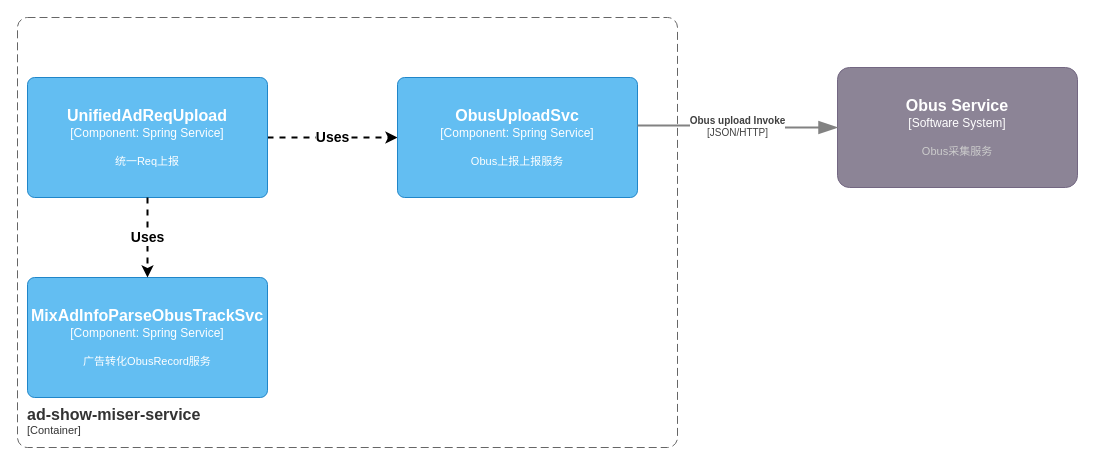
This is page "Mixer统一ObusTracker" (2 of 9) of universal-engine/universal-transparent.drawio from karlchan-cn/drawio-repository, a draw.io file, before an edit. Source tidied: cells renumbered, new cells numbered last; positions are measured from the earlier drawing's top-left corner, leaving out a move shared by most shapes. Both pictures are drawn from the tidied source at 100%, with x=0, y=0 at pixel (17, 17).
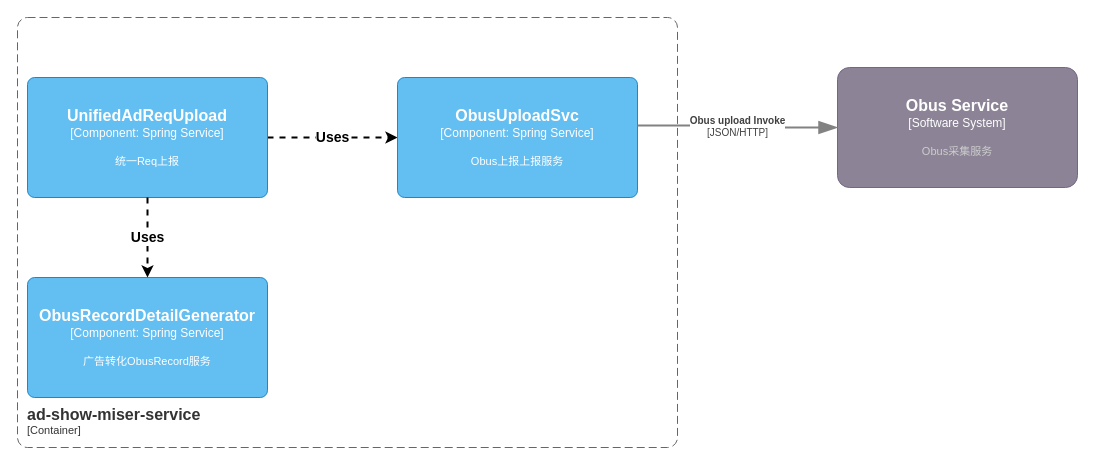
The same page after the edit.

Diff of the diagram source:
```diff
@@
 <mxGraphModel>
   <root>
     <mxCell id="0" />
     <mxCell id="1" parent="0" />
     <object id="2" label="&lt;font style=&quot;font-size: 16px&quot;&gt;&lt;b&gt;&lt;div style=&quot;text-align: left&quot;&gt;%c4Name%&lt;/div&gt;&lt;/b&gt;&lt;/font&gt;&lt;div style=&quot;text-align: left&quot;&gt;[%c4Application%]&lt;/div&gt;" c4Application="Container" c4Name="ad-show-miser-service" placeholders="1">
       <mxCell style="rounded=1;fontSize=11;whiteSpace=wrap;html=1;dashed=1;arcSize=20;fillColor=none;strokeColor=#666666;fontColor=#333333;labelBackgroundColor=none;align=left;verticalAlign=bottom;labelBorderColor=none;spacingTop=0;spacing=10;dashPattern=8 4;perimeter=rectanglePerimeter;noLabel=0;labelPadding=0;absoluteArcSize=1;" parent="1" vertex="1">
         <mxGeometry width="660" height="430" as="geometry" />
       </mxCell>
     </object>
     <mxCell id="3" value="Uses" style="edgeStyle=orthogonalEdgeStyle;rounded=0;jettySize=auto;html=1;strokeWidth=2;dashed=1;fontSize=14;fontStyle=1;exitX=1;exitY=0.5;exitDx=0;exitDy=0;exitPerimeter=0;entryX=0;entryY=0.5;entryDx=0;entryDy=0;entryPerimeter=0;" parent="1" edge="1" source="4" target="6">
       <mxGeometry relative="1" as="geometry">
         <Array as="points">
           <mxPoint x="250" y="120" />
         </Array>
       </mxGeometry>
     </mxCell>
     <object id="4" label="&lt;font style=&quot;font-size: 16px&quot;&gt;&lt;b&gt;%c4Name%&lt;/b&gt;&lt;/font&gt;&lt;div&gt;[%c4Type%: %c4Technology%]&lt;/div&gt;&lt;br&gt;&lt;div&gt;&lt;font style=&quot;font-size: 11px&quot;&gt;%c4Description%&lt;/font&gt;&lt;/div&gt;" c4Description="统一Req上报" c4Name="UnifiedAdReqUpload" c4Technology="Spring Service" c4Type="Component" placeholders="1">
       <mxCell style="rounded=1;whiteSpace=wrap;html=1;labelBackgroundColor=none;fillColor=#63BEF2;fontColor=#ffffff;align=center;arcSize=6;strokeColor=#2086C9;points=[[0.25,0,0],[0.5,0,0],[0.75,0,0],[1,0.25,0],[1,0.5,0],[1,0.75,0],[0.75,1,0],[0.5,1,0],[0.25,1,0],[0,0.75,0],[0,0.5,0],[0,0.25,0]];" parent="1" vertex="1">
         <mxGeometry x="10" y="60" width="240" height="120" as="geometry" />
       </mxCell>
     </object>
     <object id="5" label="&lt;font style=&quot;font-size: 16px&quot;&gt;&lt;b&gt;%c4Name%&lt;/b&gt;&lt;/font&gt;&lt;div&gt;[%c4Type%]&lt;/div&gt;&lt;br&gt;&lt;div&gt;&lt;font style=&quot;font-size: 11px&quot;&gt;&lt;font color=&quot;#cccccc&quot;&gt;%c4Description%&lt;/font&gt;&lt;/div&gt;" c4Description="Obus采集服务" c4Name="Obus Service" c4Type="Software System" placeholders="1">
       <mxCell style="rounded=1;whiteSpace=wrap;html=1;labelBackgroundColor=none;fillColor=#8C8496;fontColor=#ffffff;align=center;arcSize=10;strokeColor=#736782;points=[[0.25,0,0],[0.5,0,0],[0.75,0,0],[1,0.25,0],[1,0.5,0],[1,0.75,0],[0.75,1,0],[0.5,1,0],[0.25,1,0],[0,0.75,0],[0,0.5,0],[0,0.25,0]];" parent="1" vertex="1">
         <mxGeometry x="820" y="50" width="240" height="120" as="geometry" />
       </mxCell>
     </object>
     <object id="6" label="&lt;font style=&quot;font-size: 16px&quot;&gt;&lt;b&gt;%c4Name%&lt;/b&gt;&lt;/font&gt;&lt;div&gt;[%c4Type%: %c4Technology%]&lt;/div&gt;&lt;br&gt;&lt;div&gt;&lt;font style=&quot;font-size: 11px&quot;&gt;%c4Description%&lt;/font&gt;&lt;/div&gt;" c4Description="Obus上报上报服务" c4Name="ObusUploadSvc" c4Technology="Spring Service" c4Type="Component" placeholders="1">
       <mxCell style="rounded=1;whiteSpace=wrap;html=1;labelBackgroundColor=none;fillColor=#63BEF2;fontColor=#ffffff;align=center;arcSize=6;strokeColor=#2086C9;points=[[0.25,0,0],[0.5,0,0],[0.75,0,0],[1,0.25,0],[1,0.5,0],[1,0.75,0],[0.75,1,0],[0.5,1,0],[0.25,1,0],[0,0.75,0],[0,0.5,0],[0,0.25,0]];" parent="1" vertex="1">
         <mxGeometry x="380" y="60" width="240" height="120" as="geometry" />
       </mxCell>
     </object>
     <object id="7" label="&lt;div style=&quot;text-align: left&quot;&gt;&lt;div style=&quot;text-align: center&quot;&gt;&lt;b&gt;%c4Description%&lt;/b&gt;&lt;/div&gt;&lt;div style=&quot;text-align: center&quot;&gt;[%c4Technology%]&lt;/div&gt;&lt;/div&gt;" c4Description="Obus upload Invoke" c4Technology="JSON/HTTP" placeholders="1">
       <mxCell style="endArrow=blockThin;html=1;fontSize=10;fontColor=#404040;strokeWidth=2;endFill=1;strokeColor=#828282;elbow=vertical;endSize=14;startSize=14;jumpStyle=arc;jumpSize=16;rounded=0;edgeStyle=orthogonalEdgeStyle;entryX=0;entryY=0.5;entryDx=0;entryDy=0;entryPerimeter=0;exitX=1;exitY=0.4;exitDx=0;exitDy=0;exitPerimeter=0;" parent="1" edge="1" source="6" target="5">
         <mxGeometry relative="1" as="geometry" />
       </mxCell>
     </object>
-    <object id="8" label="&lt;font style=&quot;font-size: 16px&quot;&gt;&lt;b&gt;%c4Name%&lt;/b&gt;&lt;/font&gt;&lt;div&gt;[%c4Type%: %c4Technology%]&lt;/div&gt;&lt;br&gt;&lt;div&gt;&lt;font style=&quot;font-size: 11px&quot;&gt;%c4Description%&lt;/font&gt;&lt;/div&gt;" c4Description="广告转化ObusRecord服务" c4Name="MixAdInfoParseObusTrackSvc" c4Technology="Spring Service" c4Type="Component" placeholders="1">
+    <object id="8" label="&lt;font style=&quot;font-size: 16px&quot;&gt;&lt;b&gt;%c4Name%&lt;/b&gt;&lt;/font&gt;&lt;div&gt;[%c4Type%: %c4Technology%]&lt;/div&gt;&lt;br&gt;&lt;div&gt;&lt;font style=&quot;font-size: 11px&quot;&gt;%c4Description%&lt;/font&gt;&lt;/div&gt;" c4Description="广告转化ObusRecord服务" c4Name="ObusRecordDetailGenerator" c4Technology="Spring Service" c4Type="Component" placeholders="1">
       <mxCell style="rounded=1;whiteSpace=wrap;html=1;labelBackgroundColor=none;fillColor=#63BEF2;fontColor=#ffffff;align=center;arcSize=6;strokeColor=#2086C9;points=[[0.25,0,0],[0.5,0,0],[0.75,0,0],[1,0.25,0],[1,0.5,0],[1,0.75,0],[0.75,1,0],[0.5,1,0],[0.25,1,0],[0,0.75,0],[0,0.5,0],[0,0.25,0]];" parent="1" vertex="1">
         <mxGeometry x="10" y="260" width="240" height="120" as="geometry" />
       </mxCell>
     </object>
     <mxCell id="9" value="Uses" style="edgeStyle=orthogonalEdgeStyle;rounded=0;jettySize=auto;html=1;strokeWidth=2;dashed=1;fontSize=14;fontStyle=1;exitX=0.5;exitY=1;exitDx=0;exitDy=0;exitPerimeter=0;entryX=0.5;entryY=0;entryDx=0;entryDy=0;entryPerimeter=0;" parent="1" edge="1" source="4" target="8">
       <mxGeometry relative="1" as="geometry">
         <Array as="points">
           <mxPoint x="130" y="210" />
           <mxPoint x="130" y="210" />
         </Array>
       </mxGeometry>
     </mxCell>
   </root>
 </mxGraphModel>
```
